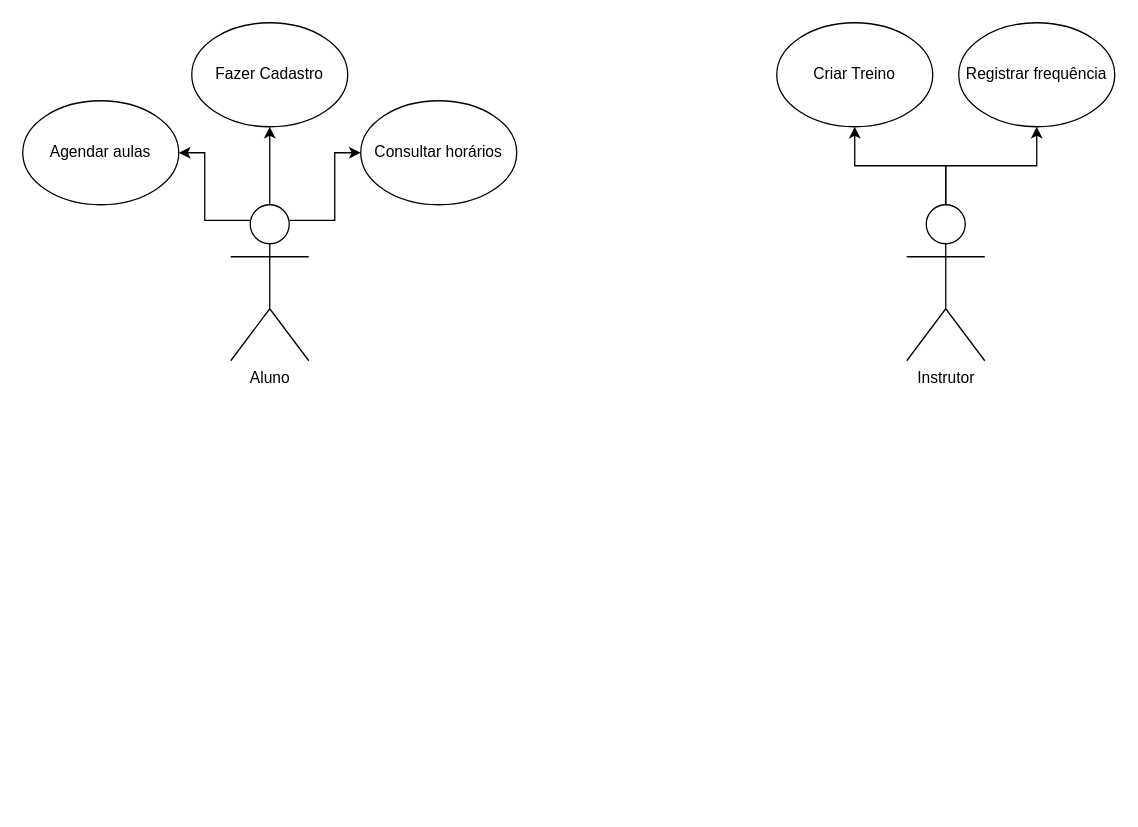
This is page "Caso de Uso" (1 of 2) of Desgraça.drawio from Lotharzin/Tipos-de-diagramas-ggez, a draw.io file, before an edit. Source tidied: cells renumbered, new cells numbered last; positions are measured from the earlier drawing's top-left corner, leaving out a move shared by most shapes. Both pictures are drawn from the tidied source at 130%, with x=0, y=0 at pixel (22, 22).
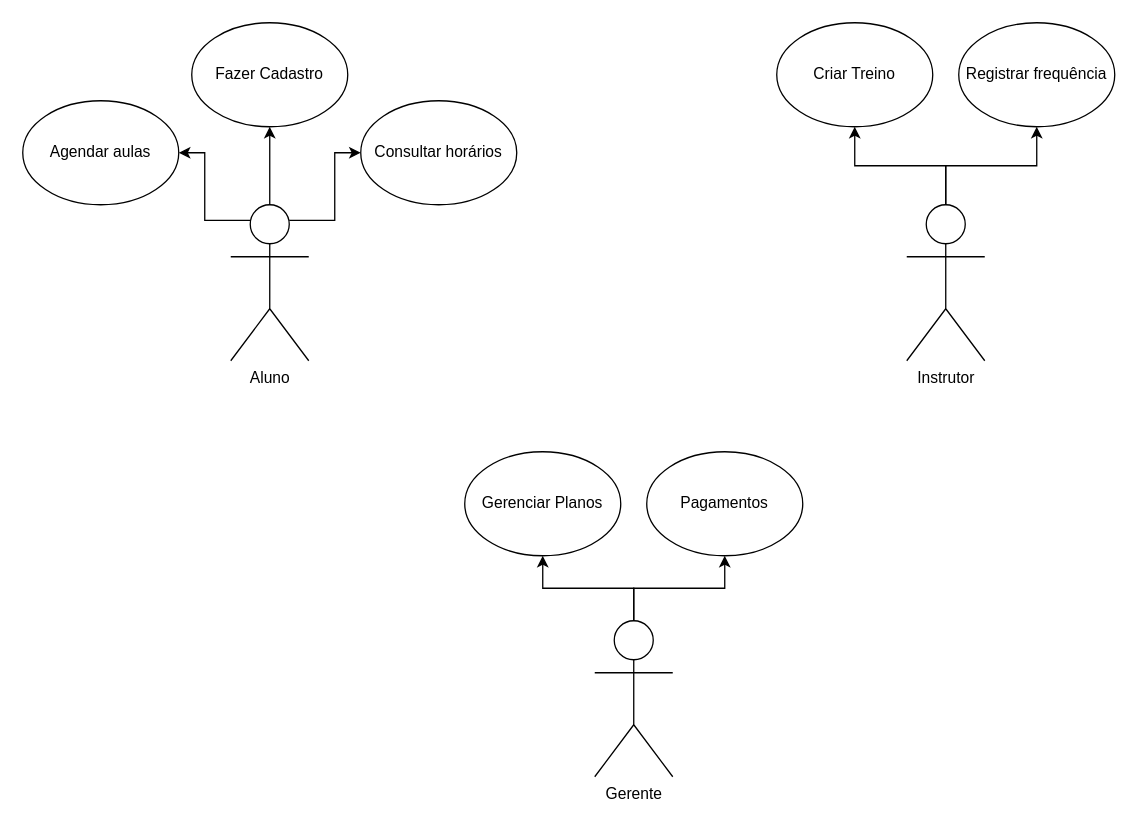
The same page after the edit.

The edit, as a diff of the source:
```diff
@@
 <mxGraphModel>
   <root>
     <mxCell id="0" />
     <mxCell id="1" parent="0" />
     <mxCell id="2" value="Agendar aulas" style="ellipse;whiteSpace=wrap;html=1;" parent="1" vertex="1">
       <mxGeometry y="60" width="120" height="80" as="geometry" />
     </mxCell>
     <mxCell id="3" style="edgeStyle=orthogonalEdgeStyle;rounded=0;jettySize=auto;html=1;exitX=0.5;exitY=0;exitDx=0;exitDy=0;exitPerimeter=0;entryX=0.5;entryY=1;entryDx=0;entryDy=0;" parent="1" edge="1" source="6" target="7">
       <mxGeometry relative="1" as="geometry" />
     </mxCell>
     <mxCell id="4" style="edgeStyle=orthogonalEdgeStyle;rounded=0;jettySize=auto;html=1;exitX=0.75;exitY=0.1;exitDx=0;exitDy=0;exitPerimeter=0;entryX=0;entryY=0.5;entryDx=0;entryDy=0;" parent="1" edge="1" source="6" target="8">
       <mxGeometry relative="1" as="geometry" />
     </mxCell>
     <mxCell id="5" style="edgeStyle=orthogonalEdgeStyle;rounded=0;jettySize=auto;html=1;exitX=0.25;exitY=0.1;exitDx=0;exitDy=0;exitPerimeter=0;entryX=1;entryY=0.5;entryDx=0;entryDy=0;" parent="1" edge="1" source="6" target="2">
       <mxGeometry relative="1" as="geometry" />
     </mxCell>
     <mxCell id="6" value="Aluno" style="shape=umlActor;verticalLabelPosition=bottom;verticalAlign=top;html=1;outlineConnect=0;" parent="1" vertex="1">
       <mxGeometry x="160" y="140" width="60" height="120" as="geometry" />
     </mxCell>
     <mxCell id="7" value="Fazer Cadastro" style="ellipse;whiteSpace=wrap;html=1;" parent="1" vertex="1">
       <mxGeometry x="130" width="120" height="80" as="geometry" />
     </mxCell>
     <mxCell id="8" value="Consultar horários" style="ellipse;whiteSpace=wrap;html=1;" parent="1" vertex="1">
       <mxGeometry x="260" y="60" width="120" height="80" as="geometry" />
     </mxCell>
     <mxCell id="9" style="edgeStyle=orthogonalEdgeStyle;rounded=0;jettySize=auto;html=1;exitX=0.5;exitY=0;exitDx=0;exitDy=0;exitPerimeter=0;" parent="1" edge="1" source="11" target="12">
       <mxGeometry relative="1" as="geometry" />
     </mxCell>
     <mxCell id="10" style="edgeStyle=orthogonalEdgeStyle;rounded=0;jettySize=auto;html=1;exitX=0.5;exitY=0;exitDx=0;exitDy=0;exitPerimeter=0;entryX=0.5;entryY=1;entryDx=0;entryDy=0;" parent="1" edge="1" source="11" target="13">
       <mxGeometry relative="1" as="geometry" />
     </mxCell>
     <mxCell id="11" value="Instrutor" style="shape=umlActor;verticalLabelPosition=bottom;verticalAlign=top;html=1;outlineConnect=0;" parent="1" vertex="1">
       <mxGeometry x="680" y="140" width="60" height="120" as="geometry" />
     </mxCell>
     <mxCell id="12" value="Registrar frequência" style="ellipse;whiteSpace=wrap;html=1;" parent="1" vertex="1">
       <mxGeometry x="720" width="120" height="80" as="geometry" />
     </mxCell>
     <mxCell id="13" value="Criar Treino" style="ellipse;whiteSpace=wrap;html=1;" parent="1" vertex="1">
       <mxGeometry x="580" width="120" height="80" as="geometry" />
     </mxCell>
+    <mxCell id="14" style="edgeStyle=orthogonalEdgeStyle;rounded=0;jettySize=auto;html=1;exitX=0.5;exitY=0;exitDx=0;exitDy=0;exitPerimeter=0;entryX=0.5;entryY=1;entryDx=0;entryDy=0;" parent="1" edge="1" source="16" target="17">
+      <mxGeometry relative="1" as="geometry" />
+    </mxCell>
+    <mxCell id="15" style="edgeStyle=orthogonalEdgeStyle;rounded=0;jettySize=auto;html=1;exitX=0.5;exitY=0;exitDx=0;exitDy=0;exitPerimeter=0;" parent="1" edge="1" source="16" target="18">
+      <mxGeometry relative="1" as="geometry" />
+    </mxCell>
+    <mxCell id="16" value="Gerente" style="shape=umlActor;verticalLabelPosition=bottom;verticalAlign=top;html=1;outlineConnect=0;" parent="1" vertex="1">
+      <mxGeometry x="440" y="460" width="60" height="120" as="geometry" />
+    </mxCell>
+    <mxCell id="17" value="Gerenciar Planos" style="ellipse;whiteSpace=wrap;html=1;" parent="1" vertex="1">
+      <mxGeometry x="340" y="330" width="120" height="80" as="geometry" />
+    </mxCell>
+    <mxCell id="18" value="Pagamentos" style="ellipse;whiteSpace=wrap;html=1;" parent="1" vertex="1">
+      <mxGeometry x="480" y="330" width="120" height="80" as="geometry" />
+    </mxCell>
   </root>
 </mxGraphModel>
```
